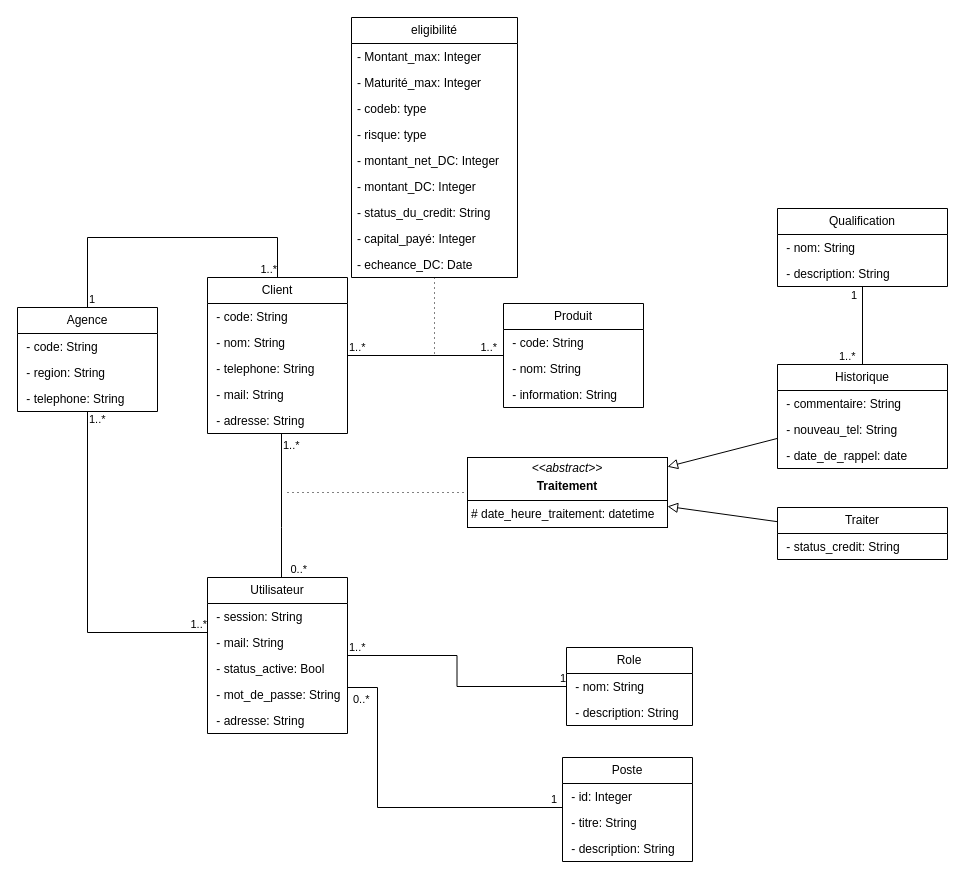
Before: diagram.drawio in 34arsonEddy/ABM, a draw.io diagram. Source tidied: cells renumbered, new cells numbered last; positions are measured from the earlier drawing's top-left corner, leaving out a move shared by most shapes. Both pictures are drawn from the tidied source at 100%, with x=0, y=0 at pixel (17, 17).
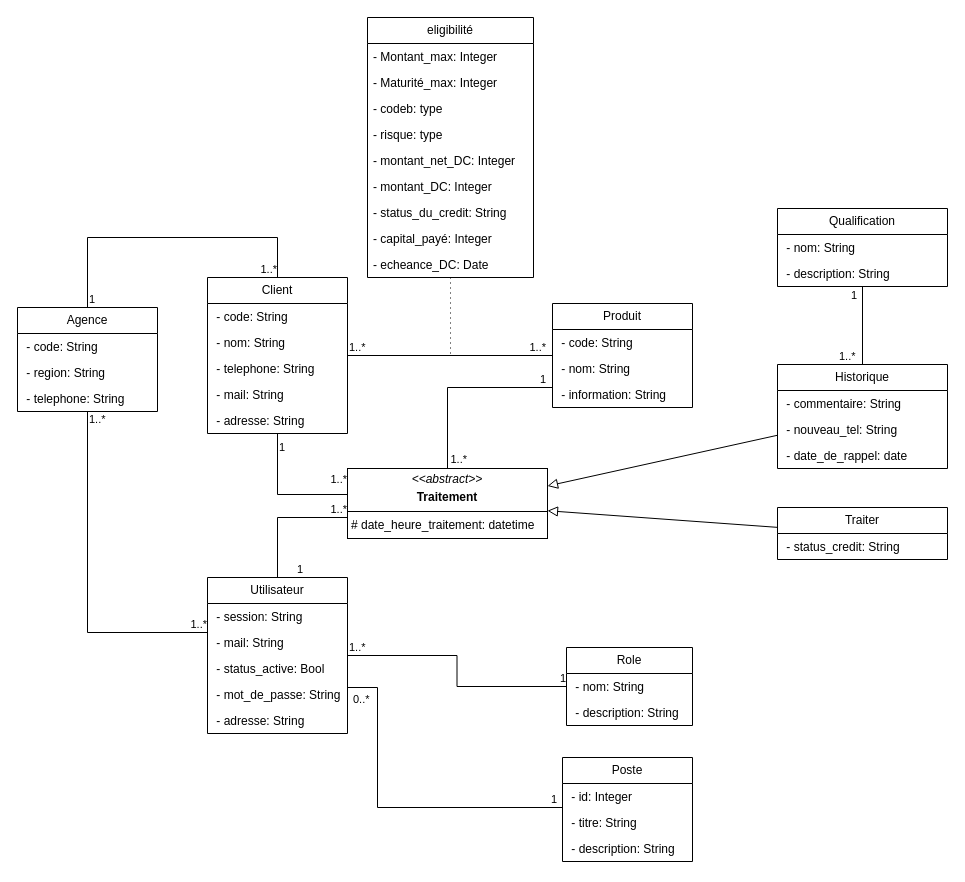
After the change.

Commit message:
Mettre à jour diagram.drawio

Unchanged cells that the change refers to:
```xml
<mxCell id="2" value="Client" style="swimlane;fontStyle=0;horizontal=1;startSize=26;fillColor=none;whiteSpace=wrap;html=1;" parent="1" vertex="1">
  <mxGeometry x="190" y="260" width="140" height="156" as="geometry" />
</mxCell>
<mxCell id="16" value="Utilisateur" style="swimlane;fontStyle=0;horizontal=1;startSize=26;fillColor=none;whiteSpace=wrap;html=1;" parent="1" vertex="1">
  <mxGeometry x="190" y="560" width="140" height="156" as="geometry" />
</mxCell>
<mxCell id="64" value="Historique" style="swimlane;fontStyle=0;horizontal=1;startSize=26;fillColor=none;whiteSpace=wrap;html=1;" parent="1" vertex="1">
  <mxGeometry x="760" y="347" width="170" height="104" as="geometry" />
</mxCell>
```

The edit, as a diff of the source:
```diff
@@
     <mxCell id="8" value="Produit" style="swimlane;fontStyle=0;horizontal=1;startSize=26;fillColor=none;whiteSpace=wrap;html=1;" parent="1" vertex="1">
-      <mxGeometry x="486" y="286" width="140" height="104" as="geometry" />
+      <mxGeometry x="535" y="286" width="140" height="104" as="geometry" />
     </mxCell>
@@
     <mxCell id="44" value="eligibilité" style="swimlane;fontStyle=0;horizontal=1;startSize=26;fillColor=none;whiteSpace=wrap;html=1;" parent="1" vertex="1">
-      <mxGeometry x="334" width="166" height="260" as="geometry" />
+      <mxGeometry x="350" width="166" height="260" as="geometry" />
     </mxCell>
@@
     <mxCell id="54" style="endArrow=none;dashed=1;html=1;dashPattern=1 4;strokeWidth=1;rounded=0;jumpSize=2;endSize=2;startSize=5;" parent="1" edge="1" source="44">
       <mxGeometry relative="1" as="geometry">
-        <mxPoint x="417" y="340" as="targetPoint" />
+        <mxPoint x="433" y="340" as="targetPoint" />
       </mxGeometry>
     </mxCell>
-    <mxCell id="55" style="endArrow=none;html=1;edgeStyle=orthogonalEdgeStyle;rounded=0;" parent="1" edge="1" source="2" target="16">
+    <mxCell id="55" style="endArrow=none;html=1;edgeStyle=orthogonalEdgeStyle;rounded=0;" parent="1" edge="1" source="58" target="16">
       <mxGeometry relative="1" as="geometry">
         <Array as="points">
-          <mxPoint x="264" y="510" />
-          <mxPoint x="264" y="510" />
+          <mxPoint x="260" y="500" />
         </Array>
       </mxGeometry>
     </mxCell>
-    <mxCell id="56" value="1..*" style="edgeLabel;html=1;align=left;verticalAlign=bottom;" parent="55" vertex="1">
-      <mxGeometry x="-1" relative="1" as="geometry">
-        <mxPoint y="20" as="offset" />
-      </mxGeometry>
-    </mxCell>
-    <mxCell id="57" value="0..*" style="edgeLabel;html=1;align=right;verticalAlign=bottom;" parent="55" vertex="1">
+    <mxCell id="57" value="1" style="edgeLabel;html=1;align=right;verticalAlign=bottom;" parent="55" vertex="1">
       <mxGeometry x="1" relative="1" as="geometry">
         <mxPoint x="26" as="offset" />
       </mxGeometry>
     </mxCell>
     <mxCell id="58" value="&lt;p style=&quot;margin:0px;margin-top:4px;text-align:center;&quot;&gt;&lt;i&gt;&amp;lt;&amp;lt;abstract&amp;gt;&amp;gt;&lt;/i&gt;&lt;b&gt;&lt;br&gt;&lt;/b&gt;&lt;/p&gt;&lt;p style=&quot;margin:0px;margin-top:4px;text-align:center;&quot;&gt;&lt;b&gt;Traitement&lt;/b&gt;&lt;br&gt;&lt;/p&gt;&lt;hr size=&quot;1&quot; style=&quot;border-style:solid;&quot;&gt;&lt;p style=&quot;margin:0px;margin-left:4px;&quot;&gt;# date_heure_traitement: datetime&lt;br&gt;&lt;/p&gt;" style="verticalAlign=top;align=left;overflow=fill;html=1;whiteSpace=wrap;" parent="1" vertex="1">
-      <mxGeometry x="450" y="440" width="200" height="70" as="geometry" />
+      <mxGeometry x="330" y="451" width="200" height="70" as="geometry" />
     </mxCell>
-    <mxCell id="59" style="endArrow=block;html=1;rounded=0;align=center;verticalAlign=bottom;endFill=0;labelBackgroundColor=none;endSize=8;" parent="1" edge="1" source="64" target="58">
+    <mxCell id="59" style="endArrow=block;html=1;rounded=0;align=center;verticalAlign=bottom;endFill=0;labelBackgroundColor=none;endSize=8;entryX=1;entryY=0.25;entryDx=0;entryDy=0;" parent="1" edge="1" source="64" target="58">
       <mxGeometry relative="1" as="geometry" />
     </mxCell>
@@
-    <mxCell id="63" style="endArrow=none;startArrow=none;endFill=0;startFill=0;endSize=8;html=1;verticalAlign=bottom;dashed=1;labelBackgroundColor=none;dashPattern=1 4;rounded=0;entryX=0;entryY=0.5;entryDx=0;entryDy=0;" parent="1" edge="1" target="58">
-      <mxGeometry relative="1" as="geometry">
-        <mxPoint x="270" y="475" as="sourcePoint" />
-      </mxGeometry>
-    </mxCell>
@@
+    <mxCell id="76" style="endArrow=none;html=1;edgeStyle=orthogonalEdgeStyle;rounded=0;" parent="1" edge="1" source="2" target="58">
+      <mxGeometry relative="1" as="geometry">
+        <Array as="points">
+          <mxPoint x="260" y="477" />
+        </Array>
+      </mxGeometry>
+    </mxCell>
+    <mxCell id="77" value="1" style="edgeLabel;html=1;align=left;verticalAlign=bottom;" parent="76" vertex="1">
+      <mxGeometry x="-1" relative="1" as="geometry">
+        <mxPoint y="22" as="offset" />
+      </mxGeometry>
+    </mxCell>
+    <mxCell id="78" style="endArrow=none;html=1;edgeStyle=orthogonalEdgeStyle;rounded=0;" parent="1" edge="1" source="58" target="8">
+      <mxGeometry relative="1" as="geometry">
+        <Array as="points">
+          <mxPoint x="430" y="370" />
+        </Array>
+      </mxGeometry>
+    </mxCell>
+    <mxCell id="79" value="1" style="edgeLabel;html=1;align=right;verticalAlign=bottom;" parent="78" vertex="1">
+      <mxGeometry x="1" relative="1" as="geometry">
+        <mxPoint x="-6" as="offset" />
+      </mxGeometry>
+    </mxCell>
+    <mxCell id="80" value="1..*" style="edgeLabel;html=1;align=right;verticalAlign=bottom;" parent="78" vertex="1">
+      <mxGeometry x="1" relative="1" as="geometry">
+        <mxPoint x="-85" y="80" as="offset" />
+      </mxGeometry>
+    </mxCell>
+    <mxCell id="81" value="1..*" style="edgeLabel;html=1;align=right;verticalAlign=bottom;" parent="78" vertex="1">
+      <mxGeometry x="1" relative="1" as="geometry">
+        <mxPoint x="-205" y="100" as="offset" />
+      </mxGeometry>
+    </mxCell>
+    <mxCell id="82" value="1..*" style="edgeLabel;html=1;align=right;verticalAlign=bottom;" parent="78" vertex="1">
+      <mxGeometry x="1" relative="1" as="geometry">
+        <mxPoint x="-205" y="130" as="offset" />
+      </mxGeometry>
+    </mxCell>
```
